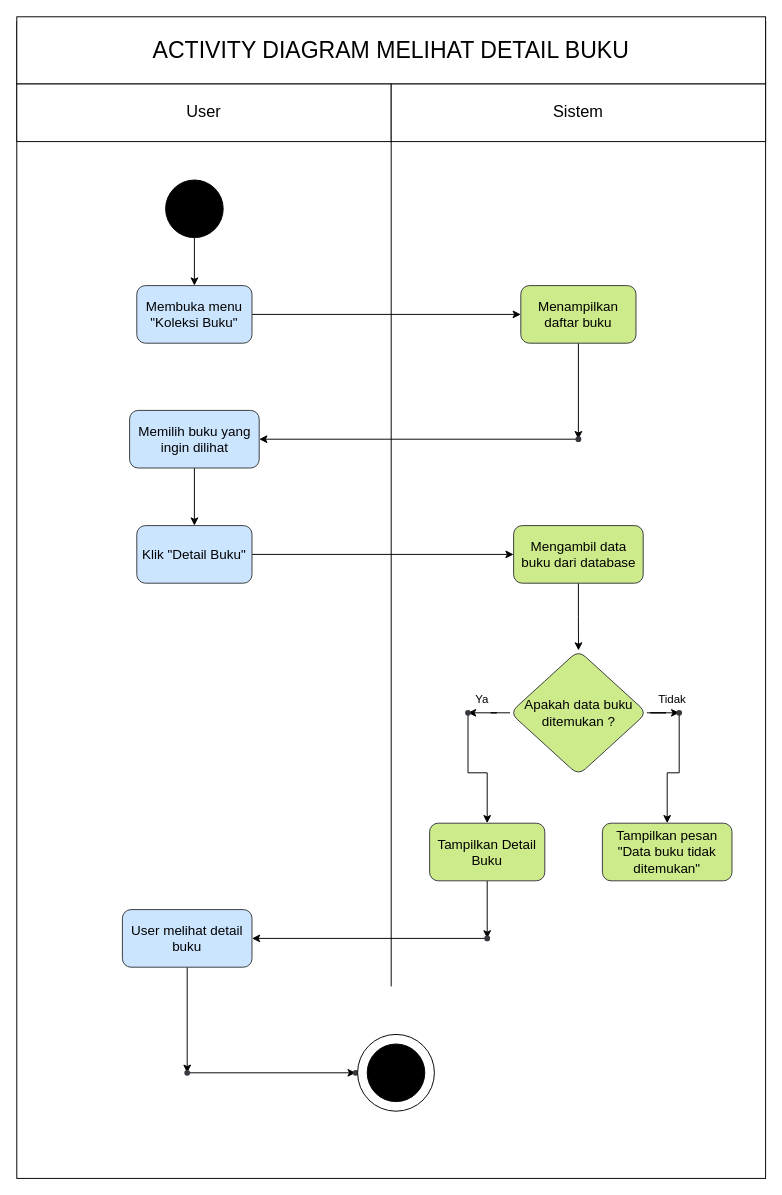
Earlier version of the draw.io diagram UML/ACTIVITY DIAGRAM/MELIHAT_DETAIL_BUKU_Diagram.drawio (dandyramadhan/kel4_RPL_R7P). Source tidied: cells renumbered, new cells numbered last; positions are measured from the earlier drawing's top-left corner, leaving out a move shared by most shapes. Both pictures are drawn from the tidied source at 96%, with x=0, y=0 at pixel (16, 16).
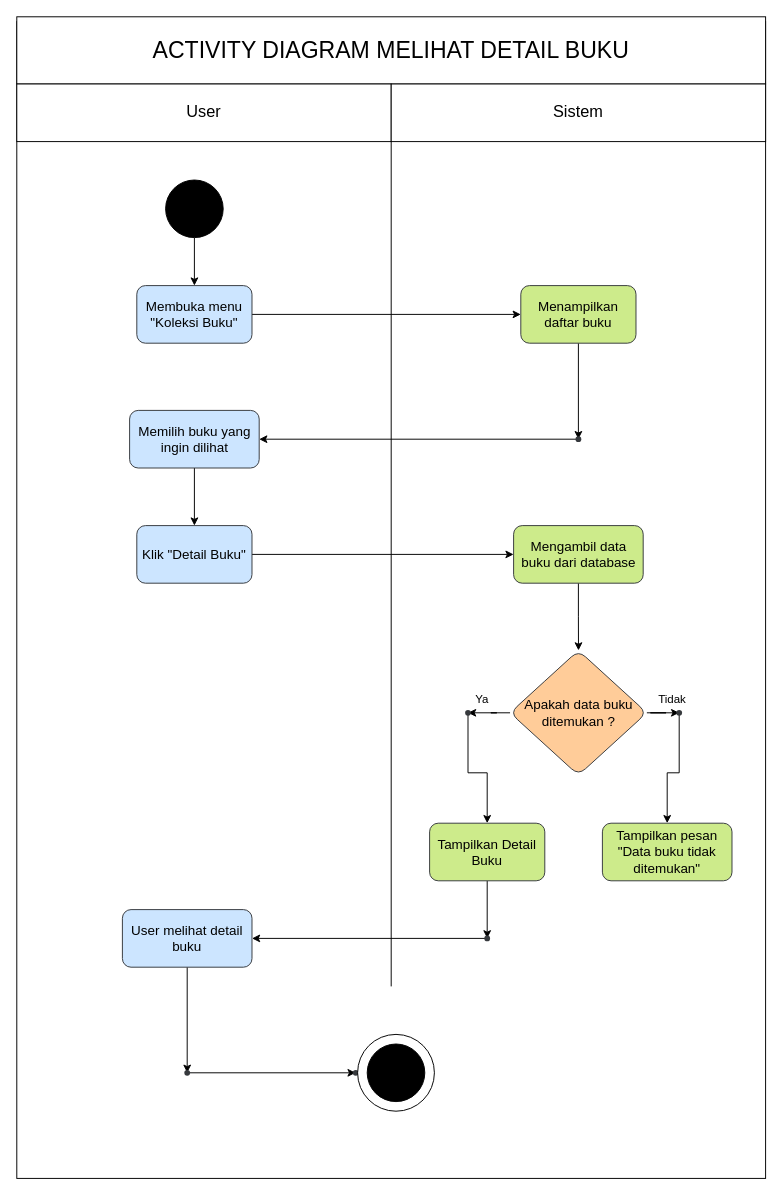
Above is the later version.

Commit message (it also covers changes not shown here):
update Activity Diagram

What changed in the source:
```diff
@@
-    <mxCell id="23" value="Apakah data buku ditemukan ?" style="rhombus;whiteSpace=wrap;shapeInside=1;fillColor=#cdeb8b;strokeColor=#36393d;sketch=0;rounded=1;roundedPerimeter=1;fontSize=14;" parent="1" vertex="1">
+    <mxCell id="23" value="Apakah data buku ditemukan ?" style="rhombus;whiteSpace=wrap;shapeInside=1;fillColor=#ffcc99;strokeColor=#36393d;sketch=0;rounded=1;roundedPerimeter=1;fontSize=14;" parent="1" vertex="1">
       <mxGeometry x="513.8" y="660" width="142.5" height="130" as="geometry" />
     </mxCell>
```
